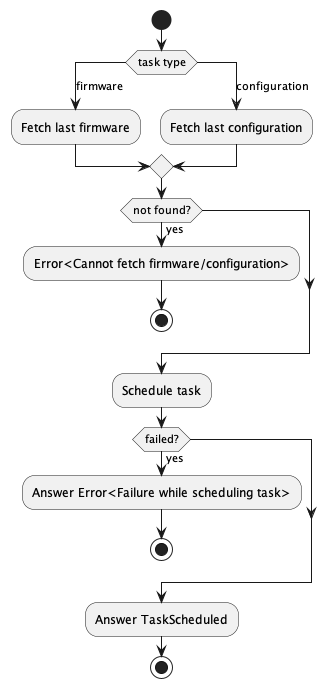
This is docs/images/ActivityDiagramScheduleTask.png from AboutCodingBE/validation-excercise, a PlantUML export, as it was before one commit.
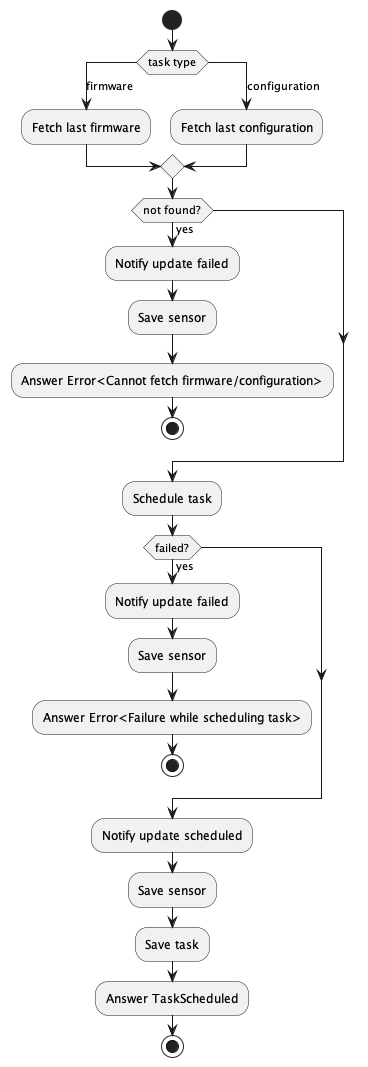
The same diagram one commit later.

Commit message:
Started implementation of ScheduleTaskUseCase

The edit, as a diff of the source:
```diff
@@ -11,15 +11,24 @@
 endswitch
 
 if (not found?) then (yes)
-  :Error<Cannot fetch firmware/configuration>;
+  :Notify update failed;
+  :Save sensor;
+  :Answer Error<Cannot fetch firmware/configuration>;
   stop
 endif
 
 :Schedule task;
 if (failed?) then (yes)
+  :Notify update failed;
+  :Save sensor;
   :Answer Error<Failure while scheduling task>;
+
   stop
 endif
+
+:Notify update scheduled;
+:Save sensor;
+:Save task;
 
 :Answer TaskScheduled;
 stop
```
